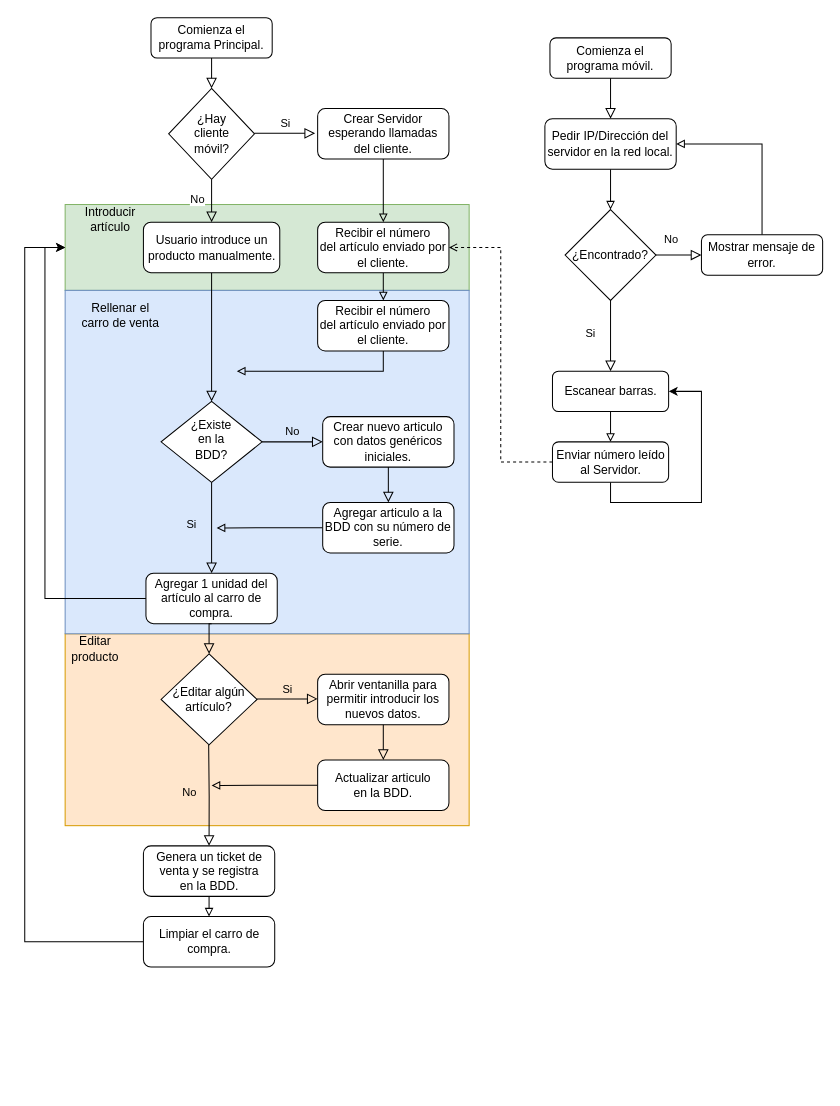
Earlier version of the draw.io diagram Diagramas/Secuencia.drawio (Haoen219/ProyectoFinal). Source tidied: cells renumbered, new cells numbered last; positions are measured from the earlier drawing's top-left corner, leaving out a move shared by most shapes. Both pictures are drawn from the tidied source at 101%, with x=0, y=0 at pixel (24, 17).
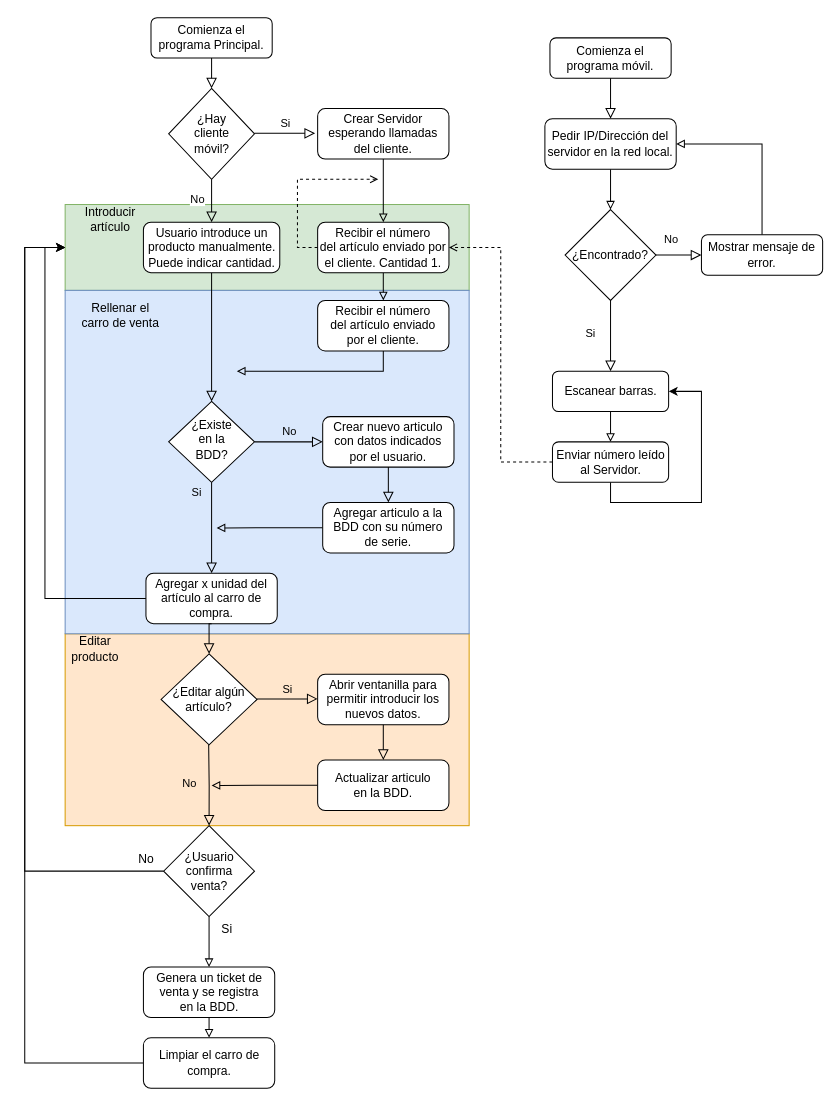
The same diagram, later.

Commit message (it also covers changes not shown here):
Actualización de la secuencia de operación.

The change refers to these unchanged cells:
```xml
<mxCell id="2" style="rounded=0;whiteSpace=wrap;html=1;fillColor=#d5e8d4;strokeColor=#82b366;" parent="1" vertex="1">
  <mxGeometry x="40" y="185" width="400" height="85" as="geometry" />
</mxCell>
```

Diff of the diagram source:
```diff
@@
     <mxCell id="7" value="Si" style="rounded=0;html=1;jettySize=auto;fontSize=11;endArrow=block;endFill=0;endSize=8;strokeWidth=1;shadow=0;labelBackgroundColor=none;edgeStyle=orthogonalEdgeStyle;entryX=0.5;entryY=0;entryDx=0;entryDy=0;" parent="1" edge="1" source="9" target="12">
-      <mxGeometry x="-0.06" y="-20" relative="1" as="geometry" />
+      <mxGeometry x="-0.78" y="-15" relative="1" as="geometry" />
     </mxCell>
@@
     <mxCell id="9" value="¿Existe&lt;div&gt;en&amp;nbsp;&lt;span style=&quot;background-color: initial;&quot;&gt;la&lt;/span&gt;&lt;/div&gt;&lt;div&gt;&lt;span style=&quot;background-color: initial;&quot;&gt;BDD?&lt;/span&gt;&lt;/div&gt;" style="rhombus;whiteSpace=wrap;html=1;shadow=0;fontFamily=Helvetica;fontSize=12;align=center;strokeWidth=1;spacing=6;spacingTop=-4;" parent="1" vertex="1">
-      <mxGeometry x="135" y="380" width="100" height="80" as="geometry" />
+      <mxGeometry x="142.5" y="380" width="85" height="80" as="geometry" />
     </mxCell>
-    <mxCell id="10" value="Crear nuevo articulo con datos genéricos iniciales." style="rounded=1;whiteSpace=wrap;html=1;fontSize=12;glass=0;strokeWidth=1;shadow=0;" parent="1" vertex="1">
+    <mxCell id="10" value="Crear nuevo articulo con datos indicados&lt;div&gt;por el usuario.&lt;/div&gt;" style="rounded=1;whiteSpace=wrap;html=1;fontSize=12;glass=0;strokeWidth=1;shadow=0;" parent="1" vertex="1">
       <mxGeometry x="295" y="395" width="130" height="50" as="geometry" />
     </mxCell>
@@
-    <mxCell id="12" value="Agregar 1 unidad del&lt;div&gt;artículo al carro de compra.&lt;/div&gt;" style="rounded=1;whiteSpace=wrap;html=1;fontSize=12;glass=0;strokeWidth=1;shadow=0;" parent="1" vertex="1">
+    <mxCell id="12" value="Agregar x unidad del&lt;div&gt;artículo al carro de compra.&lt;/div&gt;" style="rounded=1;whiteSpace=wrap;html=1;fontSize=12;glass=0;strokeWidth=1;shadow=0;" parent="1" vertex="1">
       <mxGeometry x="120" y="550" width="130" height="50" as="geometry" />
     </mxCell>
-    <mxCell id="13" value="Usuario introduce un producto manualmente." style="rounded=1;whiteSpace=wrap;html=1;fontSize=12;glass=0;strokeWidth=1;shadow=0;" parent="1" vertex="1">
+    <mxCell id="13" value="Usuario introduce un producto manualmente.&lt;div&gt;Puede indicar cantidad.&lt;/div&gt;" style="rounded=1;whiteSpace=wrap;html=1;fontSize=12;glass=0;strokeWidth=1;shadow=0;" parent="1" vertex="1">
       <mxGeometry x="117.5" y="202.5" width="135" height="50" as="geometry" />
     </mxCell>
@@
     <mxCell id="15" value="Genera un ticket de venta y se registra&lt;div&gt;en la BDD.&lt;/div&gt;" style="rounded=1;whiteSpace=wrap;html=1;fontSize=12;glass=0;strokeWidth=1;shadow=0;" parent="1" vertex="1">
-      <mxGeometry x="117.5" y="820" width="130" height="50" as="geometry" />
+      <mxGeometry x="117.5" y="940" width="130" height="50" as="geometry" />
     </mxCell>
     <mxCell id="16" style="edgeStyle=orthogonalEdgeStyle;rounded=0;jettySize=auto;html=1;exitX=0;exitY=0.5;exitDx=0;exitDy=0;entryX=0;entryY=0.5;entryDx=0;entryDy=0;" parent="1" edge="1" source="17" target="2">
       <mxGeometry relative="1" as="geometry">
         <Array as="points">
-          <mxPoint y="915" />
+          <mxPoint y="1035" />
           <mxPoint y="228" />
         </Array>
       </mxGeometry>
     </mxCell>
     <mxCell id="17" value="Limpiar el carro de compra." style="rounded=1;whiteSpace=wrap;html=1;fontSize=12;glass=0;strokeWidth=1;shadow=0;" parent="1" vertex="1">
-      <mxGeometry x="117.5" y="890" width="130" height="50" as="geometry" />
+      <mxGeometry x="117.5" y="1010" width="130" height="50" as="geometry" />
     </mxCell>
@@
-    <mxCell id="20" value="Agregar articulo a la BDD con su número de serie." style="rounded=1;whiteSpace=wrap;html=1;fontSize=12;glass=0;strokeWidth=1;shadow=0;" parent="1" vertex="1">
+    <mxCell id="20" value="Agregar articulo a la BDD con su número&lt;div&gt;de serie.&lt;/div&gt;" style="rounded=1;whiteSpace=wrap;html=1;fontSize=12;glass=0;strokeWidth=1;shadow=0;" parent="1" vertex="1">
       <mxGeometry x="295" y="480" width="130" height="50" as="geometry" />
     </mxCell>
@@
-    <mxCell id="28" value="No" style="rounded=0;html=1;jettySize=auto;fontSize=11;endArrow=block;endFill=0;endSize=8;strokeWidth=1;shadow=0;labelBackgroundColor=none;edgeStyle=orthogonalEdgeStyle;entryX=0.5;entryY=0;entryDx=0;entryDy=0;" parent="1" edge="1" target="15">
+    <mxCell id="28" value="No" style="rounded=0;html=1;jettySize=auto;fontSize=11;endArrow=block;endFill=0;endSize=8;strokeWidth=1;shadow=0;labelBackgroundColor=none;edgeStyle=orthogonalEdgeStyle;entryX=0.5;entryY=0;entryDx=0;entryDy=0;" parent="1" edge="1" target="59">
       <mxGeometry x="-0.06" y="-20" relative="1" as="geometry">
         <mxPoint x="182.1" y="720" as="sourcePoint" />
       </mxGeometry>
     </mxCell>
@@
-    <mxCell id="54" value="Recibir el número&lt;div&gt;del artículo enviado por el cliente.&lt;/div&gt;" style="rounded=1;whiteSpace=wrap;html=1;fontSize=12;glass=0;strokeWidth=1;shadow=0;" parent="1" vertex="1">
+    <mxCell id="54" value="Recibir el número&lt;div&gt;del artículo enviado por el cliente. Cantidad 1.&lt;/div&gt;" style="rounded=1;whiteSpace=wrap;html=1;fontSize=12;glass=0;strokeWidth=1;shadow=0;" parent="1" vertex="1">
       <mxGeometry x="290" y="202.5" width="130" height="50" as="geometry" />
     </mxCell>
-    <mxCell id="55" value="Recibir el número&lt;div&gt;del artículo enviado por el cliente.&lt;/div&gt;" style="rounded=1;whiteSpace=wrap;html=1;fontSize=12;glass=0;strokeWidth=1;shadow=0;" parent="1" vertex="1">
+    <mxCell id="55" value="Recibir el número&lt;div&gt;del artículo enviado&lt;/div&gt;&lt;div&gt;por el cliente.&lt;/div&gt;" style="rounded=1;whiteSpace=wrap;html=1;fontSize=12;glass=0;strokeWidth=1;shadow=0;" parent="1" vertex="1">
       <mxGeometry x="290" y="280" width="130" height="50" as="geometry" />
     </mxCell>
@@
+    <mxCell id="57" style="edgeStyle=orthogonalEdgeStyle;rounded=0;jettySize=auto;html=1;exitX=0.5;exitY=1;exitDx=0;exitDy=0;entryX=0.5;entryY=0;entryDx=0;entryDy=0;endArrow=block;endFill=0;" parent="1" edge="1" source="59" target="15">
+      <mxGeometry relative="1" as="geometry" />
+    </mxCell>
+    <mxCell id="58" style="edgeStyle=orthogonalEdgeStyle;rounded=0;jettySize=auto;html=1;exitX=0;exitY=0.5;exitDx=0;exitDy=0;entryX=0;entryY=0.5;entryDx=0;entryDy=0;" parent="1" edge="1" source="59" target="2">
+      <mxGeometry relative="1" as="geometry">
+        <Array as="points">
+          <mxPoint y="845" />
+          <mxPoint y="228" />
+        </Array>
+      </mxGeometry>
+    </mxCell>
+    <mxCell id="59" value="¿Usuario&lt;div&gt;confirma&lt;/div&gt;&lt;div&gt;venta?&lt;/div&gt;" style="rhombus;whiteSpace=wrap;html=1;" parent="1" vertex="1">
+      <mxGeometry x="137.5" y="800" width="90" height="90" as="geometry" />
+    </mxCell>
+    <mxCell id="60" value="No" style="text;html=1;align=center;verticalAlign=middle;strokeColor=none;fillColor=none;" parent="1" vertex="1">
+      <mxGeometry x="100" y="818" width="40" height="30" as="geometry" />
+    </mxCell>
+    <mxCell id="61" value="Si" style="text;html=1;align=center;verticalAlign=middle;strokeColor=none;fillColor=none;" parent="1" vertex="1">
+      <mxGeometry x="185" y="888" width="30" height="30" as="geometry" />
+    </mxCell>
+    <mxCell id="62" style="edgeStyle=orthogonalEdgeStyle;rounded=0;jettySize=auto;html=1;exitX=0;exitY=0.5;exitDx=0;exitDy=0;dashed=1;endArrow=open;endFill=0;" parent="1" edge="1" source="54">
+      <mxGeometry relative="1" as="geometry">
+        <mxPoint x="350" y="160" as="targetPoint" />
+        <Array as="points">
+          <mxPoint x="270" y="228" />
+          <mxPoint x="270" y="160" />
+        </Array>
+      </mxGeometry>
+    </mxCell>
```
